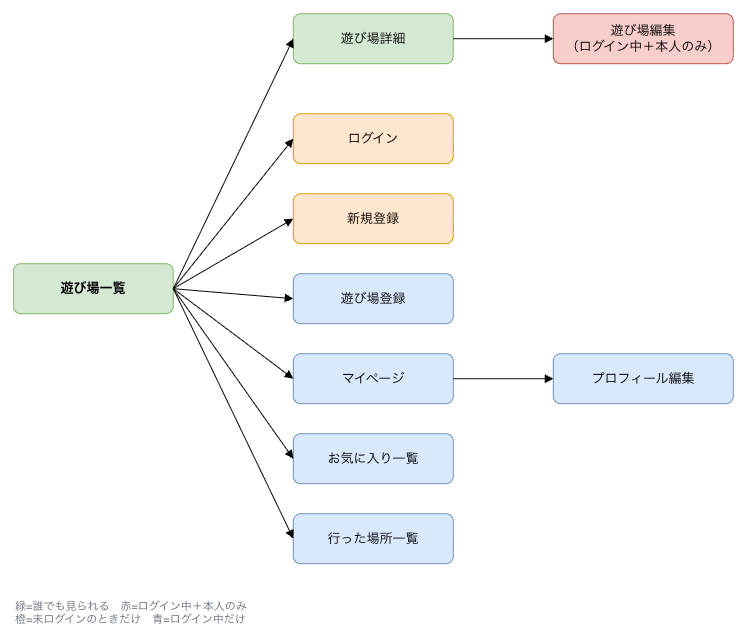
bluewell-y/asobi-log keeps this draw.io diagram as docs/images/screen-flow.png. Above is the earlier version. Source tidied: cells renumbered, new cells last; positions are measured from the earlier drawing's top-left corner, leaving out a move shared by most shapes.
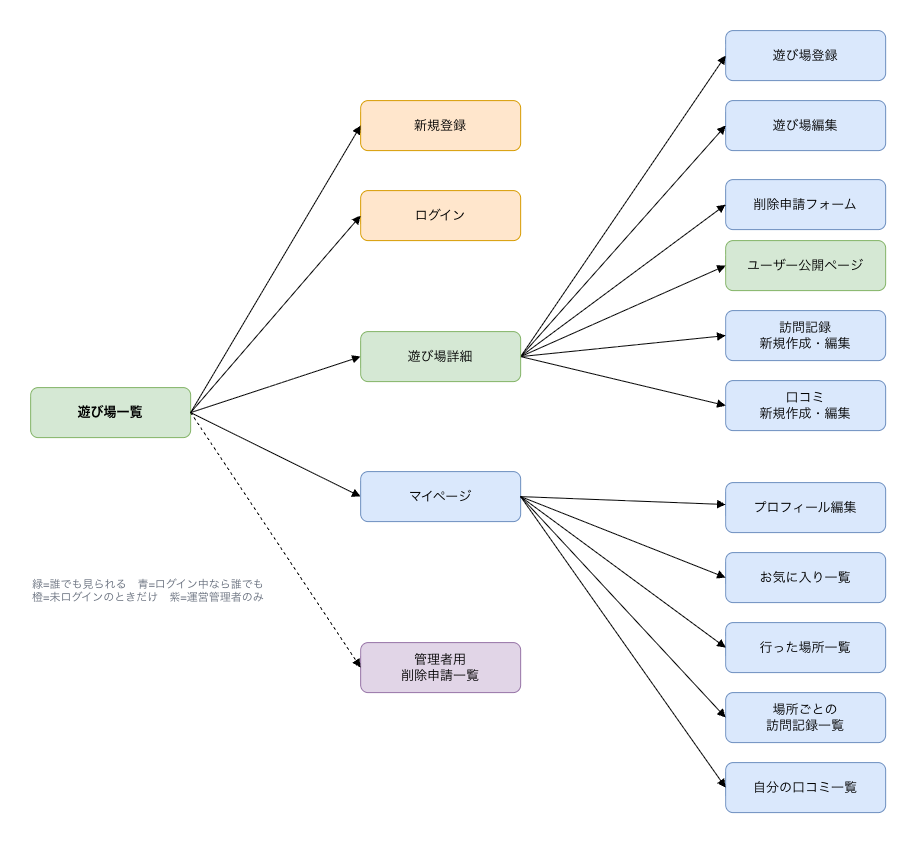
After the change.

Commit message:
ER図・画面遷移図の更新

The edit, as a diff of the source:
```diff
@@ -1,66 +1,110 @@
-<mxGraphModel>
+<mxGraphModel background="light-dark(#FFFFFF,#121212)">
   <root>
     <mxCell id="0" />
     <mxCell id="1" parent="0" />
     <mxCell id="2" value="遊び場一覧" style="rounded=1;whiteSpace=wrap;html=1;fillColor=#d5e8d4;strokeColor=#82b366;fontStyle=1;fontSize=13;" parent="1" vertex="1">
-      <mxGeometry y="250" width="160" height="50" as="geometry" />
+      <mxGeometry y="385" width="160" height="50" as="geometry" />
     </mxCell>
-    <mxCell id="3" value="遊び場詳細" style="rounded=1;whiteSpace=wrap;html=1;fillColor=#d5e8d4;strokeColor=#82b366;fontSize=13;" parent="1" vertex="1">
-      <mxGeometry x="280" width="160" height="50" as="geometry" />
-    </mxCell>
-    <mxCell id="4" value="遊び場編集&#10;（ログイン中＋本人のみ）" style="rounded=1;whiteSpace=wrap;html=1;fillColor=#f8cecc;strokeColor=#b85450;fontSize=13;" parent="1" vertex="1">
-      <mxGeometry x="540" width="180" height="50" as="geometry" />
-    </mxCell>
     <mxCell id="5" value="ログイン" style="rounded=1;whiteSpace=wrap;html=1;fillColor=#ffe6cc;strokeColor=#d79b00;fontSize=13;" parent="1" vertex="1">
-      <mxGeometry x="280" y="100" width="160" height="50" as="geometry" />
+      <mxGeometry x="330" y="188" width="160" height="50" as="geometry" />
     </mxCell>
     <mxCell id="6" value="新規登録" style="rounded=1;whiteSpace=wrap;html=1;fillColor=#ffe6cc;strokeColor=#d79b00;fontSize=13;" parent="1" vertex="1">
-      <mxGeometry x="280" y="180" width="160" height="50" as="geometry" />
+      <mxGeometry x="330" y="98" width="160" height="50" as="geometry" />
     </mxCell>
+    <mxCell id="8" value="マイページ" style="rounded=1;whiteSpace=wrap;html=1;fillColor=#dae8fc;strokeColor=#6c8ebf;fontSize=13;" parent="1" vertex="1">
+      <mxGeometry x="330" y="469" width="160" height="50" as="geometry" />
+    </mxCell>
     <mxCell id="7" value="遊び場登録" style="rounded=1;whiteSpace=wrap;html=1;fillColor=#dae8fc;strokeColor=#6c8ebf;fontSize=13;" parent="1" vertex="1">
-      <mxGeometry x="280" y="260" width="160" height="50" as="geometry" />
+      <mxGeometry x="695" y="28" width="160" height="50" as="geometry" />
     </mxCell>
-    <mxCell id="8" value="マイページ" style="rounded=1;whiteSpace=wrap;html=1;fillColor=#dae8fc;strokeColor=#6c8ebf;fontSize=13;" parent="1" vertex="1">
-      <mxGeometry x="280" y="340" width="160" height="50" as="geometry" />
-    </mxCell>
+    <mxCell id="4" value="遊び場編集" style="rounded=1;whiteSpace=wrap;html=1;fillColor=#dae8fc;strokeColor=#6c8ebf;fontSize=13;" parent="1" vertex="1">
+      <mxGeometry x="695" y="98" width="160" height="50" as="geometry" />
+    </mxCell>
+    <mxCell id="22" value="削除申請フォーム" style="rounded=1;whiteSpace=wrap;html=1;fillColor=#dae8fc;strokeColor=#6c8ebf;fontSize=13;" parent="1" vertex="1">
+      <mxGeometry x="695" y="177" width="160" height="50" as="geometry" />
+    </mxCell>
+    <mxCell id="23" value="ユーザー公開ページ" style="rounded=1;whiteSpace=wrap;html=1;fillColor=#d5e8d4;strokeColor=#82b366;fontSize=13;" parent="1" vertex="1">
+      <mxGeometry x="695" y="238" width="160" height="50" as="geometry" />
+    </mxCell>
+    <mxCell id="24" value="訪問記録&#10;新規作成・編集" style="rounded=1;whiteSpace=wrap;html=1;fillColor=#dae8fc;strokeColor=#6c8ebf;fontSize=13;" parent="1" vertex="1">
+      <mxGeometry x="695" y="308" width="160" height="50" as="geometry" />
+    </mxCell>
+    <mxCell id="25" value="口コミ&#10;新規作成・編集" style="rounded=1;whiteSpace=wrap;html=1;fillColor=#dae8fc;strokeColor=#6c8ebf;fontSize=13;" parent="1" vertex="1">
+      <mxGeometry x="695" y="378" width="160" height="50" as="geometry" />
+    </mxCell>
     <mxCell id="9" value="プロフィール編集" style="rounded=1;whiteSpace=wrap;html=1;fillColor=#dae8fc;strokeColor=#6c8ebf;fontSize=13;" parent="1" vertex="1">
-      <mxGeometry x="540" y="340" width="180" height="50" as="geometry" />
+      <mxGeometry x="695" y="480" width="160" height="50" as="geometry" />
     </mxCell>
     <mxCell id="10" value="お気に入り一覧" style="rounded=1;whiteSpace=wrap;html=1;fillColor=#dae8fc;strokeColor=#6c8ebf;fontSize=13;" parent="1" vertex="1">
-      <mxGeometry x="280" y="420" width="160" height="50" as="geometry" />
+      <mxGeometry x="695" y="550" width="160" height="50" as="geometry" />
     </mxCell>
     <mxCell id="11" value="行った場所一覧" style="rounded=1;whiteSpace=wrap;html=1;fillColor=#dae8fc;strokeColor=#6c8ebf;fontSize=13;" parent="1" vertex="1">
-      <mxGeometry x="280" y="500" width="160" height="50" as="geometry" />
+      <mxGeometry x="695" y="620" width="160" height="50" as="geometry" />
     </mxCell>
-    <mxCell id="12" value="緑=誰でも見られる　赤=ログイン中＋本人のみ&#10;橙=未ログインのときだけ　青=ログイン中だけ" style="text;html=1;align=left;verticalAlign=top;fontSize=11;fontColor=#676f7d;" parent="1" vertex="1">
-      <mxGeometry y="580" width="420" height="40" as="geometry" />
-    </mxCell>
+    <mxCell id="26" value="場所ごとの&#10;訪問記録一覧" style="rounded=1;whiteSpace=wrap;html=1;fillColor=#dae8fc;strokeColor=#6c8ebf;fontSize=13;" parent="1" vertex="1">
+      <mxGeometry x="695" y="690" width="160" height="50" as="geometry" />
+    </mxCell>
+    <mxCell id="27" value="自分の口コミ一覧" style="rounded=1;whiteSpace=wrap;html=1;fillColor=#dae8fc;strokeColor=#6c8ebf;fontSize=13;" parent="1" vertex="1">
+      <mxGeometry x="695" y="760" width="160" height="50" as="geometry" />
+    </mxCell>
+    <mxCell id="28" value="管理者用&#10;削除申請一覧" style="rounded=1;whiteSpace=wrap;html=1;fillColor=#e1d5e7;strokeColor=#9673a6;fontSize=13;" parent="1" vertex="1">
+      <mxGeometry x="330" y="640" width="160" height="50" as="geometry" />
+    </mxCell>
-    <mxCell id="13" style="html=1;endArrow=block;rounded=0;exitX=1;exitY=0.5;exitDx=0;exitDy=0;entryX=0;entryY=0.5;entryDx=0;entryDy=0;" parent="1" edge="1" source="2" target="3">
+    <mxCell id="13" style="html=1;endArrow=block;rounded=0;entryX=0;entryY=0.5;entryDx=0;entryDy=0;exitX=1;exitY=0.5;exitDx=0;exitDy=0;" parent="1" edge="1" source="2" target="3">
       <mxGeometry relative="1" as="geometry" />
     </mxCell>
-    <mxCell id="14" style="html=1;endArrow=block;rounded=0;exitX=1;exitY=0.5;exitDx=0;exitDy=0;entryX=0;entryY=0.5;entryDx=0;entryDy=0;" parent="1" edge="1" source="3" target="4">
+    <mxCell id="14" style="html=1;endArrow=block;rounded=0;entryX=0;entryY=0.5;entryDx=0;entryDy=0;exitX=1;exitY=0.5;exitDx=0;exitDy=0;" parent="1" edge="1" source="2" target="5">
       <mxGeometry relative="1" as="geometry" />
     </mxCell>
-    <mxCell id="15" style="html=1;endArrow=block;rounded=0;exitX=1;exitY=0.5;exitDx=0;exitDy=0;entryX=0;entryY=0.5;entryDx=0;entryDy=0;" parent="1" edge="1" source="2" target="5">
+    <mxCell id="15" style="html=1;endArrow=block;rounded=0;entryX=0;entryY=0.5;entryDx=0;entryDy=0;exitX=1;exitY=0.5;exitDx=0;exitDy=0;" parent="1" edge="1" source="2" target="6">
       <mxGeometry relative="1" as="geometry" />
     </mxCell>
-    <mxCell id="16" style="html=1;endArrow=block;rounded=0;exitX=1;exitY=0.5;exitDx=0;exitDy=0;entryX=0;entryY=0.5;entryDx=0;entryDy=0;" parent="1" edge="1" source="2" target="6">
+    <mxCell id="16" style="html=1;endArrow=block;rounded=0;exitX=1;exitY=0.5;exitDx=0;exitDy=0;entryX=0;entryY=0.5;entryDx=0;entryDy=0;" parent="1" edge="1" source="2" target="8">
       <mxGeometry relative="1" as="geometry" />
     </mxCell>
-    <mxCell id="17" style="html=1;endArrow=block;rounded=0;exitX=1;exitY=0.5;exitDx=0;exitDy=0;entryX=0;entryY=0.5;entryDx=0;entryDy=0;" parent="1" edge="1" source="2" target="7">
+    <mxCell id="17" style="html=1;endArrow=block;rounded=0;dashed=1;exitX=1;exitY=0.5;exitDx=0;exitDy=0;entryX=0;entryY=0.5;entryDx=0;entryDy=0;" parent="1" edge="1" source="2" target="28">
       <mxGeometry relative="1" as="geometry" />
     </mxCell>
-    <mxCell id="18" style="html=1;endArrow=block;rounded=0;exitX=1;exitY=0.5;exitDx=0;exitDy=0;entryX=0;entryY=0.5;entryDx=0;entryDy=0;" parent="1" edge="1" source="2" target="8">
+    <mxCell id="18" style="html=1;endArrow=block;rounded=0;entryX=0;entryY=0.5;entryDx=0;entryDy=0;exitX=1;exitY=0.5;exitDx=0;exitDy=0;" parent="1" edge="1" source="3" target="7">
       <mxGeometry relative="1" as="geometry" />
     </mxCell>
-    <mxCell id="19" style="html=1;endArrow=block;rounded=0;exitX=1;exitY=0.5;exitDx=0;exitDy=0;entryX=0;entryY=0.5;entryDx=0;entryDy=0;" parent="1" edge="1" source="8" target="9">
+    <mxCell id="19" style="html=1;endArrow=block;rounded=0;entryX=0;entryY=0.5;entryDx=0;entryDy=0;exitX=1;exitY=0.5;exitDx=0;exitDy=0;" parent="1" edge="1" source="3" target="4">
       <mxGeometry relative="1" as="geometry" />
     </mxCell>
-    <mxCell id="20" style="html=1;endArrow=block;rounded=0;exitX=1;exitY=0.5;exitDx=0;exitDy=0;entryX=0;entryY=0.5;entryDx=0;entryDy=0;" parent="1" edge="1" source="2" target="10">
+    <mxCell id="20" style="html=1;endArrow=block;rounded=0;entryX=0;entryY=0.5;entryDx=0;entryDy=0;exitX=1;exitY=0.5;exitDx=0;exitDy=0;" parent="1" edge="1" source="3" target="22">
       <mxGeometry relative="1" as="geometry" />
     </mxCell>
-    <mxCell id="21" style="html=1;endArrow=block;rounded=0;exitX=1;exitY=0.5;exitDx=0;exitDy=0;entryX=0;entryY=0.5;entryDx=0;entryDy=0;" parent="1" edge="1" source="2" target="11">
-      <mxGeometry relative="1" as="geometry" />
+    <mxCell id="21" style="html=1;endArrow=block;rounded=0;entryX=0;entryY=0.5;entryDx=0;entryDy=0;exitX=1;exitY=0.5;exitDx=0;exitDy=0;" parent="1" edge="1" source="3" target="23">
+      <mxGeometry x="-0.05" y="-5" relative="1" as="geometry">
+        <mxPoint x="-1" as="offset" />
+      </mxGeometry>
     </mxCell>
+    <mxCell id="29" style="html=1;endArrow=block;rounded=0;entryX=0;entryY=0.5;entryDx=0;entryDy=0;exitX=1;exitY=0.5;exitDx=0;exitDy=0;" parent="1" edge="1" source="3" target="24">
+      <mxGeometry relative="1" as="geometry" />
+    </mxCell>
+    <mxCell id="30" style="html=1;endArrow=block;rounded=0;entryX=0;entryY=0.5;entryDx=0;entryDy=0;exitX=1;exitY=0.5;exitDx=0;exitDy=0;" parent="1" edge="1" source="3" target="25">
+      <mxGeometry relative="1" as="geometry" />
+    </mxCell>
+    <mxCell id="31" style="html=1;endArrow=block;rounded=0;exitX=1;exitY=0.5;exitDx=0;exitDy=0;" parent="1" edge="1" source="8" target="9">
+      <mxGeometry relative="1" as="geometry" />
+    </mxCell>
+    <mxCell id="32" style="html=1;endArrow=block;rounded=0;exitX=1;exitY=0.5;exitDx=0;exitDy=0;entryX=0;entryY=0.5;entryDx=0;entryDy=0;" parent="1" edge="1" source="8" target="10">
+      <mxGeometry relative="1" as="geometry" />
+    </mxCell>
+    <mxCell id="33" style="html=1;endArrow=block;rounded=0;exitX=1;exitY=0.5;exitDx=0;exitDy=0;entryX=0;entryY=0.5;entryDx=0;entryDy=0;" parent="1" edge="1" source="8" target="11">
+      <mxGeometry relative="1" as="geometry" />
+    </mxCell>
+    <mxCell id="34" style="html=1;endArrow=block;rounded=0;exitX=1;exitY=0.5;exitDx=0;exitDy=0;entryX=0;entryY=0.5;entryDx=0;entryDy=0;" parent="1" edge="1" source="8" target="26">
+      <mxGeometry relative="1" as="geometry" />
+    </mxCell>
+    <mxCell id="35" style="html=1;endArrow=block;rounded=0;exitX=1;exitY=0.5;exitDx=0;exitDy=0;entryX=0;entryY=0.5;entryDx=0;entryDy=0;" parent="1" edge="1" source="8" target="27">
+      <mxGeometry relative="1" as="geometry" />
+    </mxCell>
+    <mxCell id="12" value="緑=誰でも見られる　青=ログイン中なら誰でも&#10;橙=未ログインのときだけ　紫=運営管理者のみ" style="text;html=1;align=left;verticalAlign=top;fontSize=11;fontColor=#676f7d;" parent="1" vertex="1">
+      <mxGeometry y="569" width="240" height="40" as="geometry" />
+    </mxCell>
+    <mxCell id="3" value="遊び場詳細" style="rounded=1;whiteSpace=wrap;html=1;fillColor=#d5e8d4;strokeColor=#82b366;fontSize=13;" parent="1" vertex="1">
+      <mxGeometry x="330" y="329" width="160" height="50" as="geometry" />
+    </mxCell>
   </root>
 </mxGraphModel>
```
